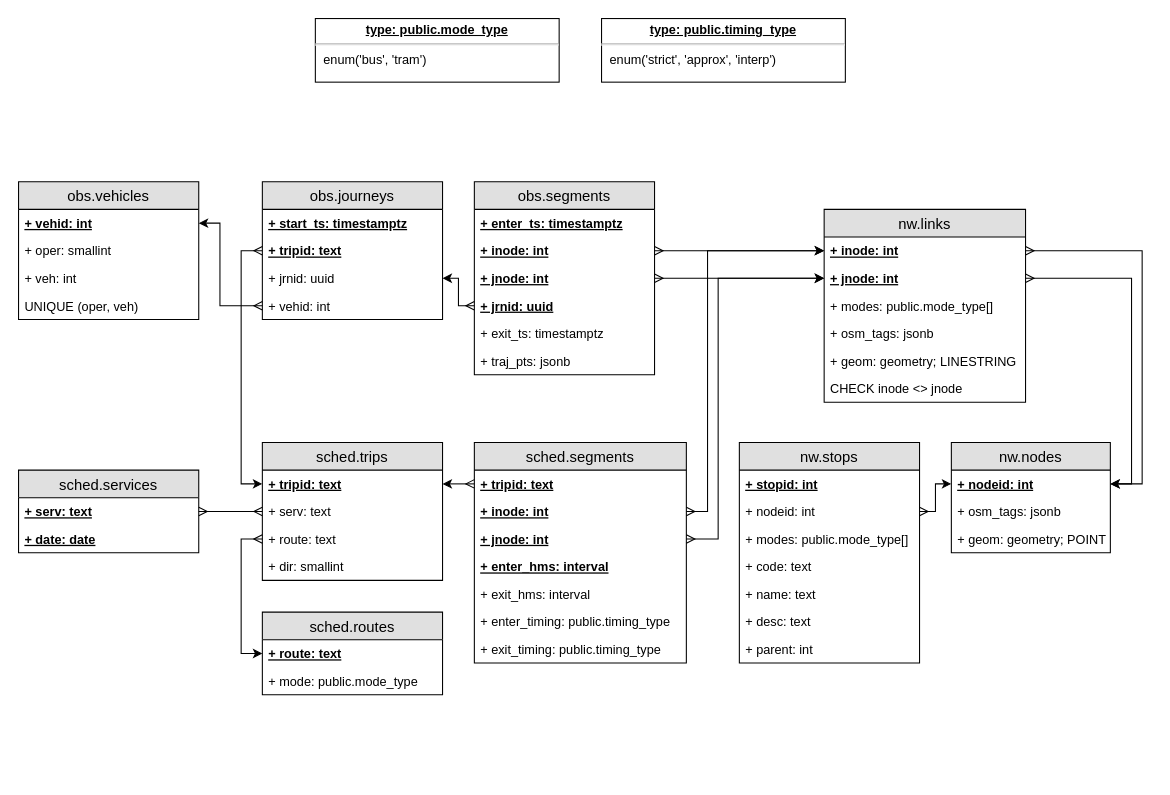
Above: docs/sujuikoDB.drawio in datarttu/sujuikoDB (draw.io), before the change. Source tidied: cells renumbered, new cells numbered last; positions are measured from the earlier drawing's top-left corner, leaving out a move shared by most shapes. Both pictures are drawn from the tidied source at 106%, with x=0, y=0 at pixel (18, 18).
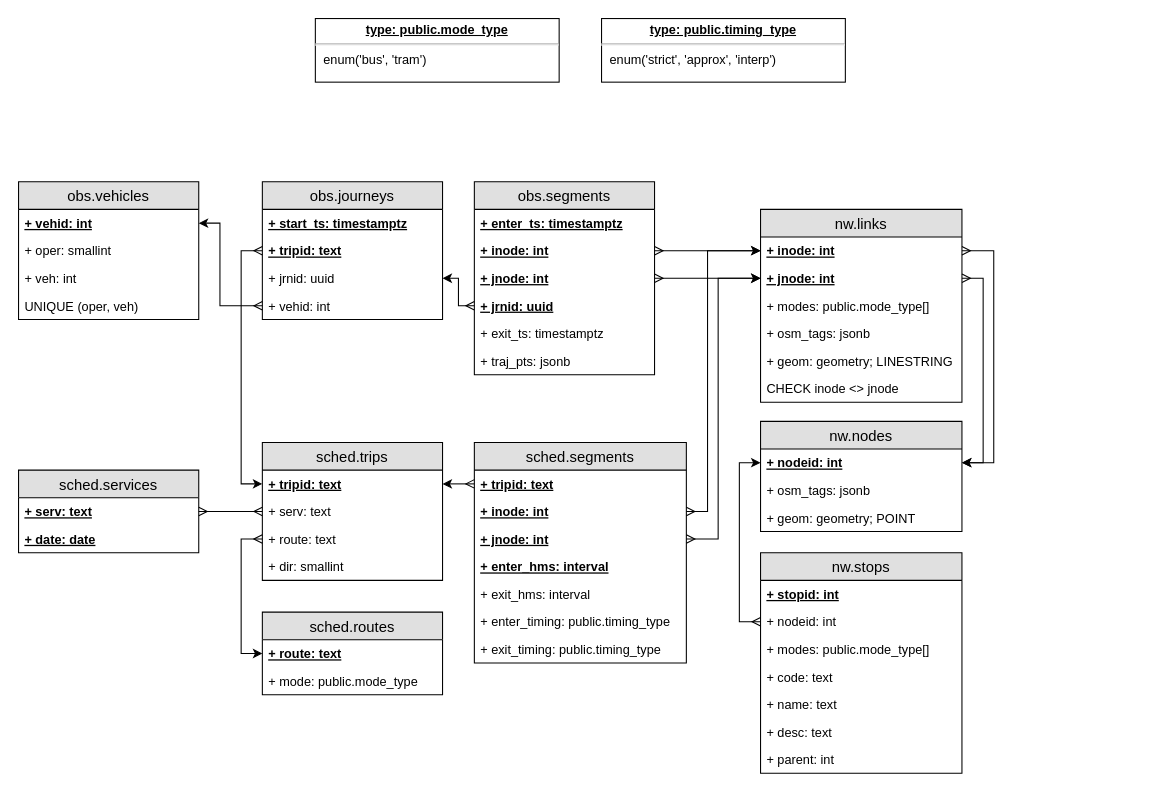
After the change.

Unchanged cells that the change refers to:
```xml
<mxCell id="10" value="+ inode: int" style="text;strokeColor=none;fillColor=none;spacingLeft=4;spacingRight=4;overflow=hidden;points=[[0,0.5],[1,0.5]];portConstraint=eastwest;fontSize=12;fontStyle=5;" parent="9" vertex="1">
  <mxGeometry y="26" width="190" height="26" as="geometry" />
</mxCell>
<mxCell id="11" value="+ jnode: int" style="text;strokeColor=none;fillColor=none;spacingLeft=4;spacingRight=4;overflow=hidden;points=[[0,0.5],[1,0.5]];portConstraint=eastwest;fontSize=12;fontStyle=5;" parent="9" vertex="1">
  <mxGeometry y="52" width="190" height="26" as="geometry" />
</mxCell>
```

What changed in the source:
```diff
@@
     <mxCell id="9" value="nw.links" style="swimlane;fontStyle=0;horizontal=1;startSize=26;fillColor=#e0e0e0;swimlaneFillColor=#ffffff;align=center;fontSize=14;" parent="1" vertex="1">
-      <mxGeometry x="760" y="180" width="190" height="182" as="geometry" />
+      <mxGeometry x="700" y="180" width="190" height="182" as="geometry" />
     </mxCell>
@@
     <mxCell id="17" value="nw.nodes" style="swimlane;fontStyle=0;horizontal=1;startSize=26;fillColor=#e0e0e0;swimlaneFillColor=#ffffff;align=center;fontSize=14;" parent="1" vertex="1">
-      <mxGeometry x="880" y="400" width="150" height="104" as="geometry" />
+      <mxGeometry x="700" y="380" width="190" height="104" as="geometry" />
     </mxCell>
     <mxCell id="18" value="+ nodeid: int" style="text;strokeColor=none;fillColor=none;spacingLeft=4;spacingRight=4;overflow=hidden;points=[[0,0.5],[1,0.5]];portConstraint=eastwest;fontSize=12;fontStyle=5;" parent="17" vertex="1">
-      <mxGeometry y="26" width="150" height="26" as="geometry" />
+      <mxGeometry y="26" width="190" height="26" as="geometry" />
     </mxCell>
     <mxCell id="19" value="+ osm_tags: jsonb" style="text;strokeColor=none;fillColor=none;spacingLeft=4;spacingRight=4;overflow=hidden;fontSize=12;" parent="17" vertex="1">
-      <mxGeometry y="52" width="150" height="26" as="geometry" />
+      <mxGeometry y="52" width="190" height="26" as="geometry" />
     </mxCell>
     <mxCell id="20" value="+ geom: geometry; POINT" style="text;strokeColor=none;fillColor=none;spacingLeft=4;spacingRight=4;overflow=hidden;fontSize=12;" parent="17" vertex="1">
-      <mxGeometry y="78" width="150" height="26" as="geometry" />
+      <mxGeometry y="78" width="190" height="26" as="geometry" />
     </mxCell>
     <mxCell id="21" value="nw.stops" style="swimlane;fontStyle=0;horizontal=1;startSize=26;fillColor=#e0e0e0;swimlaneFillColor=#ffffff;align=center;fontSize=14;" parent="1" vertex="1">
-      <mxGeometry x="680" y="400" width="170" height="208" as="geometry" />
+      <mxGeometry x="700" y="504" width="190" height="208" as="geometry" />
     </mxCell>
     <mxCell id="22" value="+ stopid: int" style="text;strokeColor=none;fillColor=none;spacingLeft=4;spacingRight=4;overflow=hidden;fontSize=12;fontStyle=5;" parent="21" vertex="1">
-      <mxGeometry y="26" width="170" height="26" as="geometry" />
+      <mxGeometry y="26" width="190" height="26" as="geometry" />
     </mxCell>
     <mxCell id="23" value="+ nodeid: int" style="text;strokeColor=none;fillColor=none;spacingLeft=4;spacingRight=4;overflow=hidden;points=[[0,0.5],[1,0.5]];portConstraint=eastwest;fontSize=12;" parent="21" vertex="1">
-      <mxGeometry y="52" width="170" height="26" as="geometry" />
+      <mxGeometry y="52" width="190" height="26" as="geometry" />
     </mxCell>
     <mxCell id="24" value="+ modes: public.mode_type[]" style="text;strokeColor=none;fillColor=none;spacingLeft=4;spacingRight=4;overflow=hidden;fontSize=12;" parent="21" vertex="1">
-      <mxGeometry y="78" width="170" height="26" as="geometry" />
+      <mxGeometry y="78" width="190" height="26" as="geometry" />
     </mxCell>
     <mxCell id="25" value="+ code: text" style="text;strokeColor=none;fillColor=none;spacingLeft=4;spacingRight=4;overflow=hidden;fontSize=12;" parent="21" vertex="1">
-      <mxGeometry y="104" width="170" height="26" as="geometry" />
+      <mxGeometry y="104" width="190" height="26" as="geometry" />
     </mxCell>
     <mxCell id="26" value="+ name: text" style="text;strokeColor=none;fillColor=none;spacingLeft=4;spacingRight=4;overflow=hidden;fontSize=12;" parent="21" vertex="1">
-      <mxGeometry y="130" width="170" height="26" as="geometry" />
+      <mxGeometry y="130" width="190" height="26" as="geometry" />
     </mxCell>
     <mxCell id="27" value="+ desc: text" style="text;strokeColor=none;fillColor=none;spacingLeft=4;spacingRight=4;overflow=hidden;fontSize=12;" parent="21" vertex="1">
-      <mxGeometry y="156" width="170" height="26" as="geometry" />
+      <mxGeometry y="156" width="190" height="26" as="geometry" />
     </mxCell>
     <mxCell id="28" value="+ parent: int" style="text;strokeColor=none;fillColor=none;spacingLeft=4;spacingRight=4;overflow=hidden;fontSize=12;" parent="21" vertex="1">
-      <mxGeometry y="182" width="170" height="26" as="geometry" />
+      <mxGeometry y="182" width="190" height="26" as="geometry" />
     </mxCell>
@@
     <mxCell id="48" style="edgeStyle=elbowEdgeStyle;rounded=0;jettySize=auto;html=1;exitX=1;exitY=0.5;exitDx=0;exitDy=0;entryX=1;entryY=0.5;entryDx=0;entryDy=0;startArrow=ERmany;startFill=0;" parent="1" edge="1" source="10" target="18">
       <mxGeometry relative="1" as="geometry">
         <Array as="points">
-          <mxPoint x="1060" y="340" />
+          <mxPoint x="920" y="330" />
           <mxPoint x="1080" y="340" />
         </Array>
       </mxGeometry>
     </mxCell>
     <mxCell id="49" style="edgeStyle=elbowEdgeStyle;rounded=0;jettySize=auto;html=1;exitX=1;exitY=0.5;exitDx=0;exitDy=0;entryX=1;entryY=0.5;entryDx=0;entryDy=0;startArrow=ERmany;startFill=0;" parent="1" edge="1" source="11" target="18">
       <mxGeometry relative="1" as="geometry">
         <Array as="points">
-          <mxPoint x="1050" y="340" />
+          <mxPoint x="910" y="350" />
         </Array>
       </mxGeometry>
     </mxCell>
@@
-    <mxCell id="58" style="edgeStyle=elbowEdgeStyle;rounded=0;jettySize=auto;html=1;exitX=1;exitY=0.5;exitDx=0;exitDy=0;entryX=0;entryY=0.5;entryDx=0;entryDy=0;startArrow=ERmany;startFill=0;" parent="1" edge="1" source="23" target="18">
-      <mxGeometry relative="1" as="geometry" />
-    </mxCell>
@@
+    <mxCell id="58" style="edgeStyle=orthogonalEdgeStyle;rounded=0;jettySize=auto;html=1;exitX=0;exitY=0.5;exitDx=0;exitDy=0;entryX=0;entryY=0.5;entryDx=0;entryDy=0;startArrow=ERmany;startFill=0;" parent="1" edge="1" source="23" target="18">
+      <mxGeometry relative="1" as="geometry">
+        <Array as="points">
+          <mxPoint x="680" y="569" />
+          <mxPoint x="680" y="419" />
+        </Array>
+      </mxGeometry>
+    </mxCell>
```
